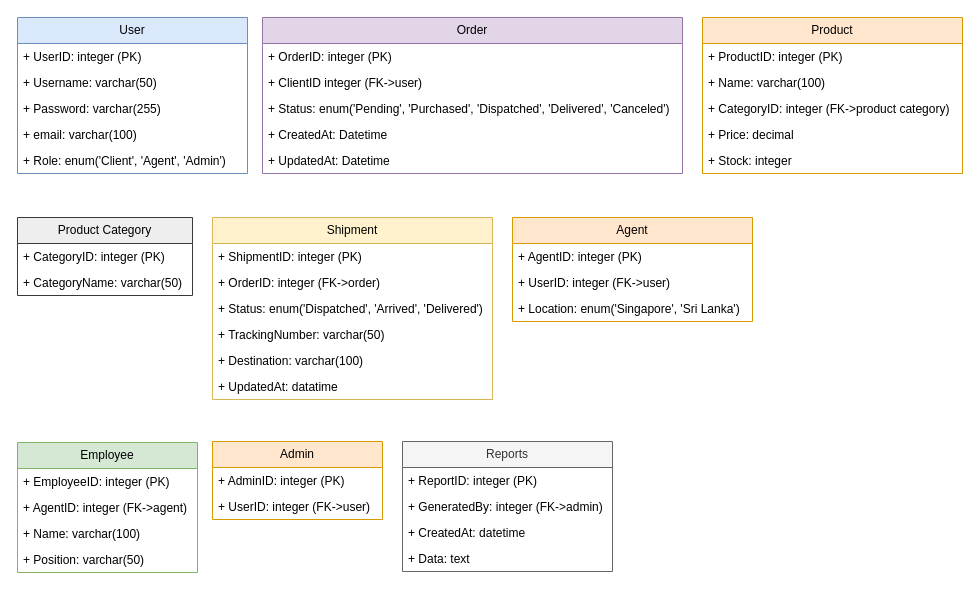
Earlier version of the draw.io diagram diagrams/UML-class-diagram.drawio (K-M-Shehan/software-design-docs). Source tidied: cells renumbered, new cells numbered last; positions are measured from the earlier drawing's top-left corner, leaving out a move shared by most shapes. Both pictures are drawn from the tidied source at 100%, with x=0, y=0 at pixel (17, 17).
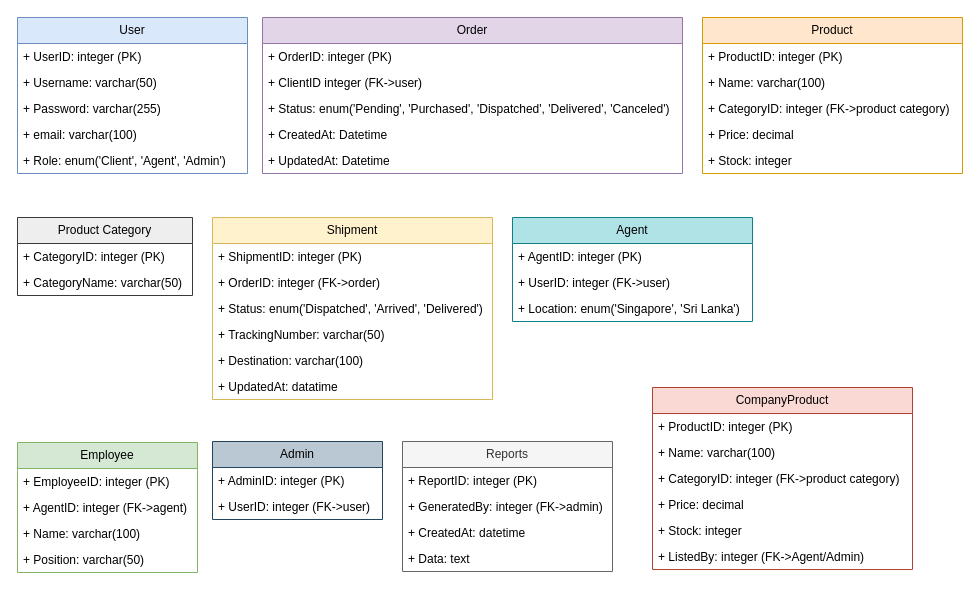
The same diagram, later.

Commit message:
added company product as relation

What changed in the source:
```diff
@@
-    <mxCell id="30" value="Agent" style="swimlane;fontStyle=0;horizontal=1;startSize=26;fillColor=#ffe6cc;whiteSpace=wrap;html=1;strokeColor=#d79b00;" parent="1" vertex="1">
+    <mxCell id="30" value="Agent" style="swimlane;fontStyle=0;horizontal=1;startSize=26;fillColor=#b0e3e6;whiteSpace=wrap;html=1;strokeColor=#0e8088;" parent="1" vertex="1">
       <mxGeometry x="495" y="200" width="240" height="104" as="geometry" />
     </mxCell>
@@
-    <mxCell id="39" value="Admin" style="swimlane;fontStyle=0;horizontal=1;startSize=26;fillColor=#ffe6cc;whiteSpace=wrap;html=1;strokeColor=#d79b00;" parent="1" vertex="1">
+    <mxCell id="39" value="Admin" style="swimlane;fontStyle=0;horizontal=1;startSize=26;fillColor=#bac8d3;whiteSpace=wrap;html=1;strokeColor=#23445d;" parent="1" vertex="1">
       <mxGeometry x="195" y="424" width="170" height="78" as="geometry" />
     </mxCell>
@@
+    <mxCell id="47" value="CompanyProduct" style="swimlane;fontStyle=0;horizontal=1;startSize=26;fillColor=#fad9d5;whiteSpace=wrap;html=1;strokeColor=#ae4132;" parent="1" vertex="1">
+      <mxGeometry x="635" y="370" width="260" height="182" as="geometry" />
+    </mxCell>
+    <mxCell id="48" value="+ ProductID: integer (PK)" style="text;strokeColor=none;fillColor=none;align=left;verticalAlign=top;spacingLeft=4;spacingRight=4;overflow=hidden;whiteSpace=wrap;html=1;" parent="47" vertex="1">
+      <mxGeometry y="26" width="260" height="26" as="geometry" />
+    </mxCell>
+    <mxCell id="49" value="+ Name: varchar(100)" style="text;strokeColor=none;fillColor=none;align=left;verticalAlign=top;spacingLeft=4;spacingRight=4;overflow=hidden;whiteSpace=wrap;html=1;" parent="47" vertex="1">
+      <mxGeometry y="52" width="260" height="26" as="geometry" />
+    </mxCell>
+    <mxCell id="50" value="+ CategoryID: integer (FK-&amp;gt;product category)" style="text;strokeColor=none;fillColor=none;align=left;verticalAlign=top;spacingLeft=4;spacingRight=4;overflow=hidden;whiteSpace=wrap;html=1;" parent="47" vertex="1">
+      <mxGeometry y="78" width="260" height="26" as="geometry" />
+    </mxCell>
+    <mxCell id="51" value="+ Price: decimal" style="text;strokeColor=none;fillColor=none;align=left;verticalAlign=top;spacingLeft=4;spacingRight=4;overflow=hidden;whiteSpace=wrap;html=1;" parent="47" vertex="1">
+      <mxGeometry y="104" width="260" height="26" as="geometry" />
+    </mxCell>
+    <mxCell id="52" value="+ Stock: integer" style="text;strokeColor=none;fillColor=none;align=left;verticalAlign=top;spacingLeft=4;spacingRight=4;overflow=hidden;whiteSpace=wrap;html=1;" parent="47" vertex="1">
+      <mxGeometry y="130" width="260" height="26" as="geometry" />
+    </mxCell>
+    <mxCell id="53" value="+ ListedBy: integer (FK-&amp;gt;Agent/Admin)" style="text;strokeColor=none;fillColor=none;align=left;verticalAlign=top;spacingLeft=4;spacingRight=4;overflow=hidden;whiteSpace=wrap;html=1;" parent="47" vertex="1">
+      <mxGeometry y="156" width="260" height="26" as="geometry" />
+    </mxCell>
```
